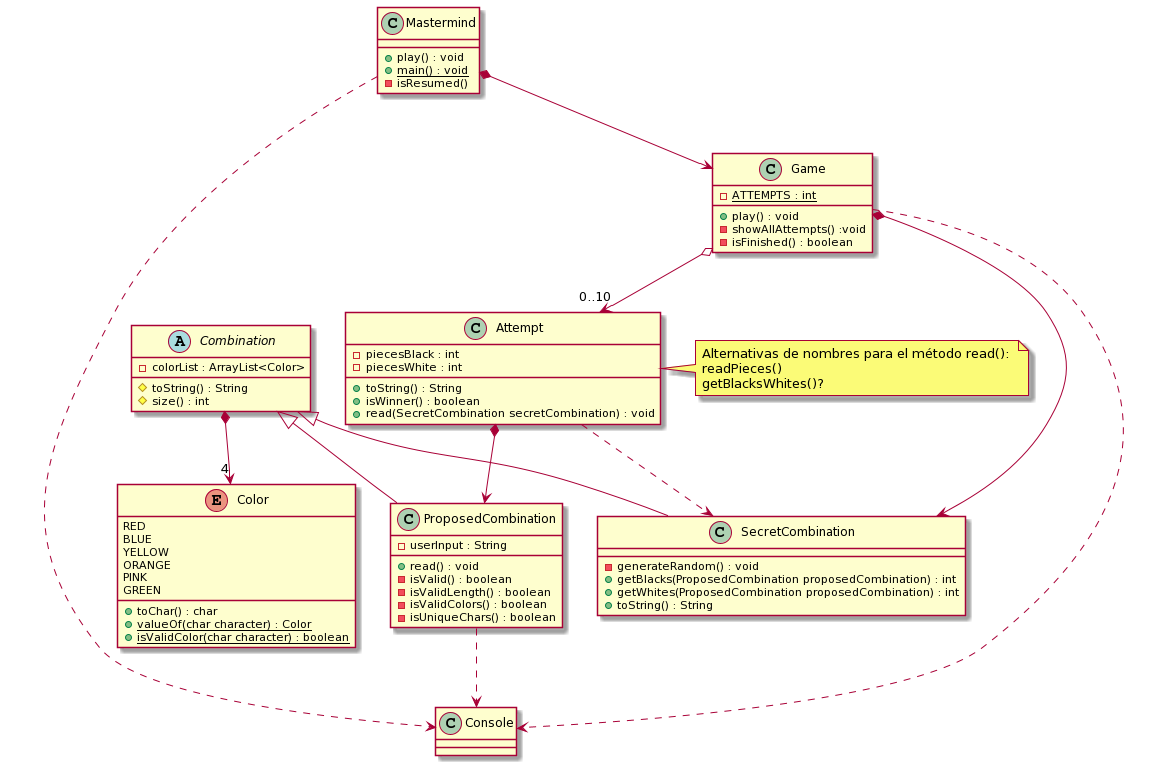
The PlantUML diagram BasicPlayUMLMastermind.png in Master-Desarrollo-20-21/ejercicio-1-relaciones-entre-clases-jumpering, before a commit.
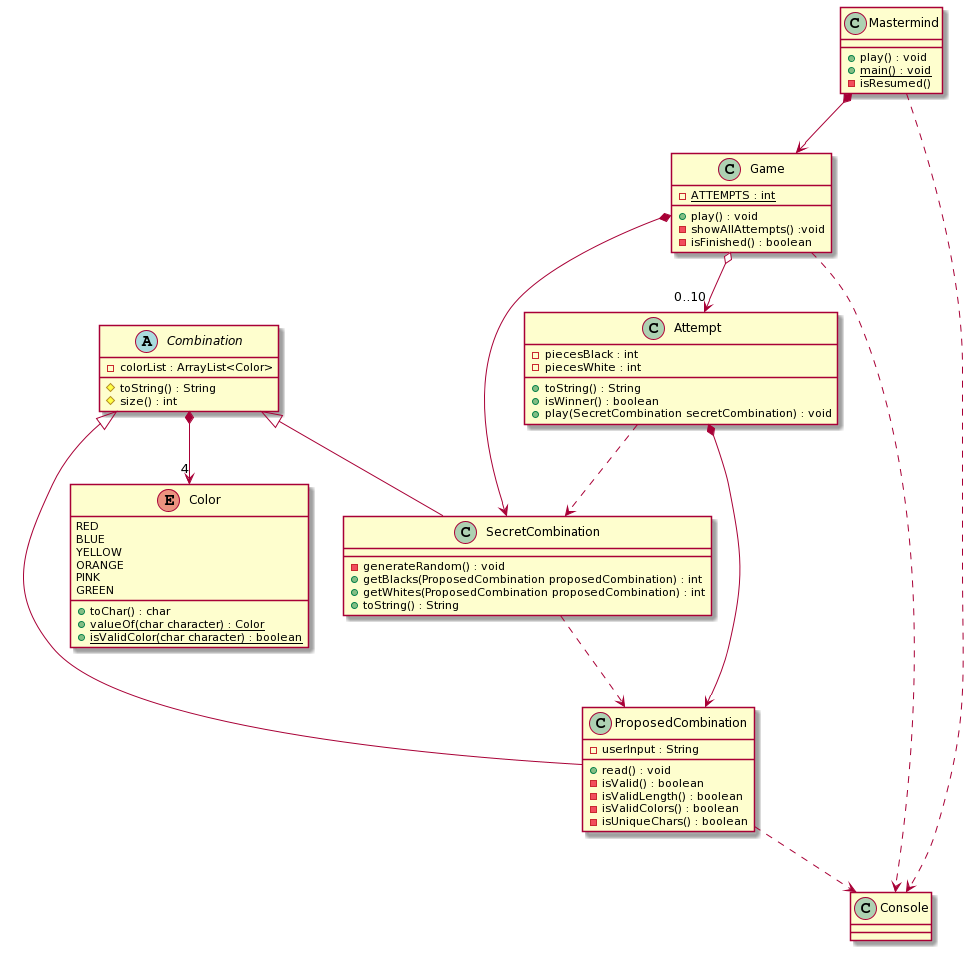
Later version of the same file.

Commit message:
post-luis commit

What changed in the source:
```diff
@@ -19,11 +19,10 @@
 - piecesWhite : int
 +toString() : String
 +isWinner() : boolean
-+ read(SecretCombination secretCombination) : void
++ play(SecretCombination secretCombination) : void
 
 
 }
-note right: Alternativas de nombres para el método read(): \nreadPieces()\ngetBlacksWhites()?
 
 
 Attempt *--> ProposedCombination
@@ -80,4 +79,5 @@
 ProposedCombination ..> Console
 Mastermind ..> Console
 Combination *-->"4" Color
+SecretCombination ..> ProposedCombination
 @enduml
```
